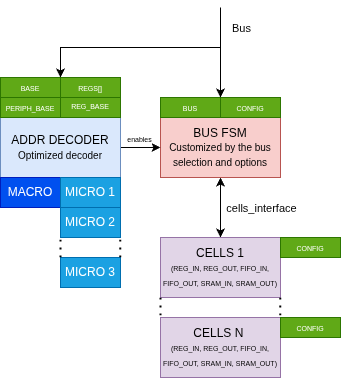
Above: doc/assets/architecture.drawio.png in lheywang-hdl-libs/endpoints (draw.io), before the change. Source tidied: cells renumbered, new cells last; positions are measured from the earlier drawing's top-left corner, leaving out a move shared by most shapes.
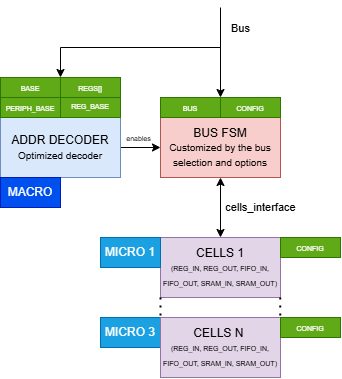
The same diagram one commit later.

What changed in the source:
```diff
@@ -70,23 +70,11 @@
       <mxGeometry y="170" width="60" height="30" as="geometry" />
     </mxCell>
     <mxCell id="20" value="MICRO 1" style="rounded=0;whiteSpace=wrap;html=1;fillColor=#1ba1e2;strokeColor=#006EAF;fontColor=#ffffff;" parent="1" vertex="1">
-      <mxGeometry x="60" y="170" width="60" height="30" as="geometry" />
+      <mxGeometry x="100" y="230" width="60" height="30" as="geometry" />
     </mxCell>
-    <mxCell id="21" value="MICRO 2" style="rounded=0;whiteSpace=wrap;html=1;fillColor=#1ba1e2;strokeColor=#006EAF;fontColor=#ffffff;" parent="1" vertex="1">
-      <mxGeometry x="60" y="200" width="60" height="30" as="geometry" />
-    </mxCell>
     <mxCell id="22" value="MICRO 3" style="rounded=0;whiteSpace=wrap;html=1;fillColor=#1ba1e2;strokeColor=#006EAF;fontColor=#ffffff;" parent="1" vertex="1">
-      <mxGeometry x="60" y="250" width="60" height="30" as="geometry" />
+      <mxGeometry x="100" y="310" width="60" height="30" as="geometry" />
     </mxCell>
-    <mxCell id="23" style="endArrow=none;dashed=1;html=1;dashPattern=1 3;strokeWidth=2;rounded=0;entryX=0;entryY=1;entryDx=0;entryDy=0;exitX=0;exitY=0;exitDx=0;exitDy=0;" parent="1" edge="1" source="22" target="21">
-      <mxGeometry relative="1" as="geometry" />
-    </mxCell>
-    <mxCell id="24" style="endArrow=none;dashed=1;html=1;dashPattern=1 3;strokeWidth=2;rounded=0;entryX=0;entryY=1;entryDx=0;entryDy=0;exitX=0;exitY=0;exitDx=0;exitDy=0;" parent="1" edge="1">
-      <mxGeometry relative="1" as="geometry">
-        <mxPoint x="119.8" y="250" as="sourcePoint" />
-        <mxPoint x="119.8" y="230" as="targetPoint" />
-      </mxGeometry>
-    </mxCell>
     <mxCell id="25" value="CELLS N&amp;nbsp;&lt;div&gt;&lt;font style=&quot;font-size: 7px;&quot;&gt;(REG_IN, REG_OUT, FIFO_IN, FIFO_OUT, SRAM_IN, SRAM_OUT)&lt;/font&gt;&lt;/div&gt;" style="rounded=0;whiteSpace=wrap;html=1;fillColor=#e1d5e7;strokeColor=#9673a6;" parent="1" vertex="1">
       <mxGeometry x="160" y="310" width="120" height="60" as="geometry" />
     </mxCell>
```
